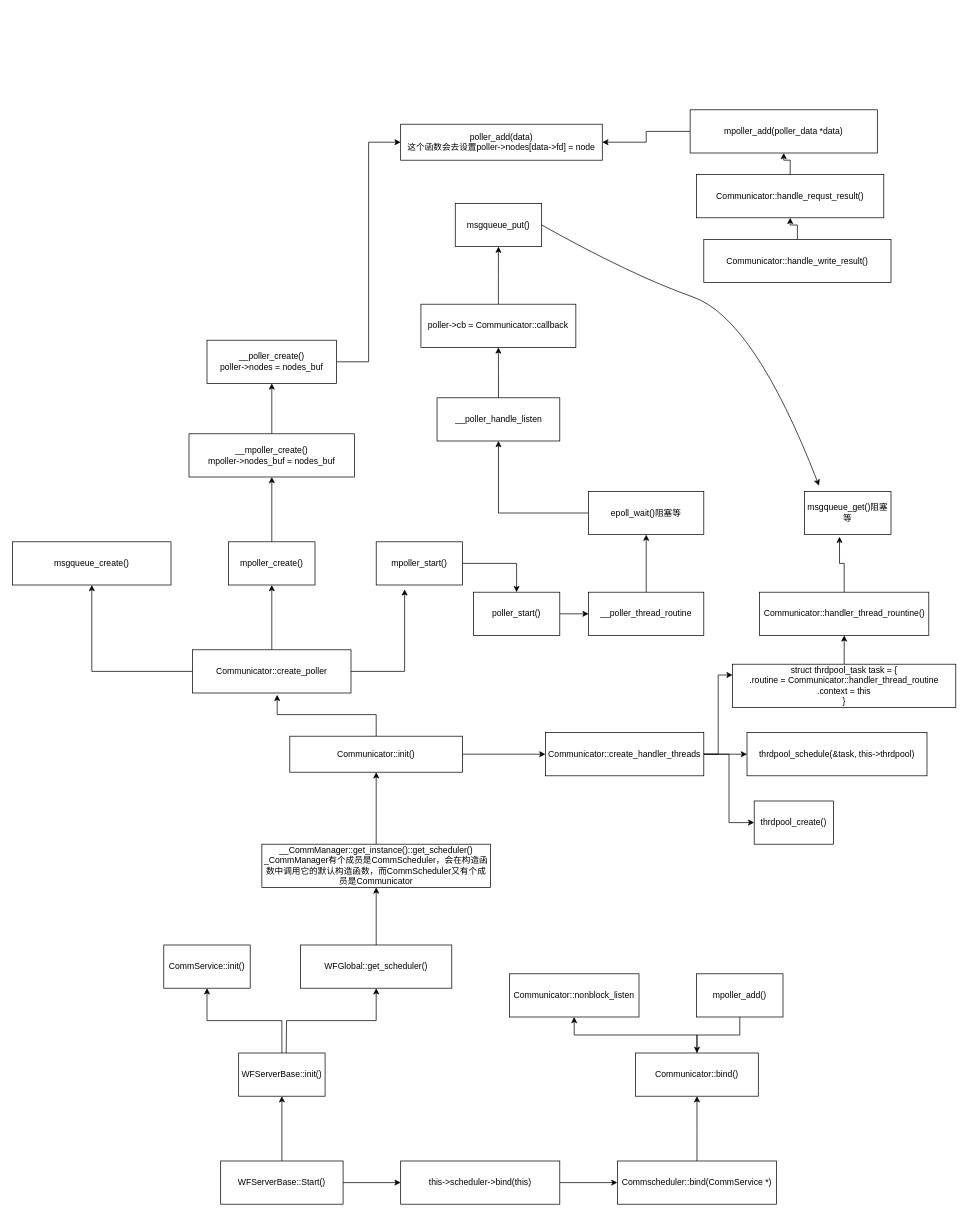
This is Untitled Diagram.drawio from doudou215/regret_q_learning, a draw.io file, before an edit. Source tidied: cells renumbered, new cells numbered last; positions are measured from the earlier drawing's top-left corner, leaving out a move shared by most shapes. Both pictures are drawn from the tidied source at 72%, with x=0, y=0 at pixel (12, 109).
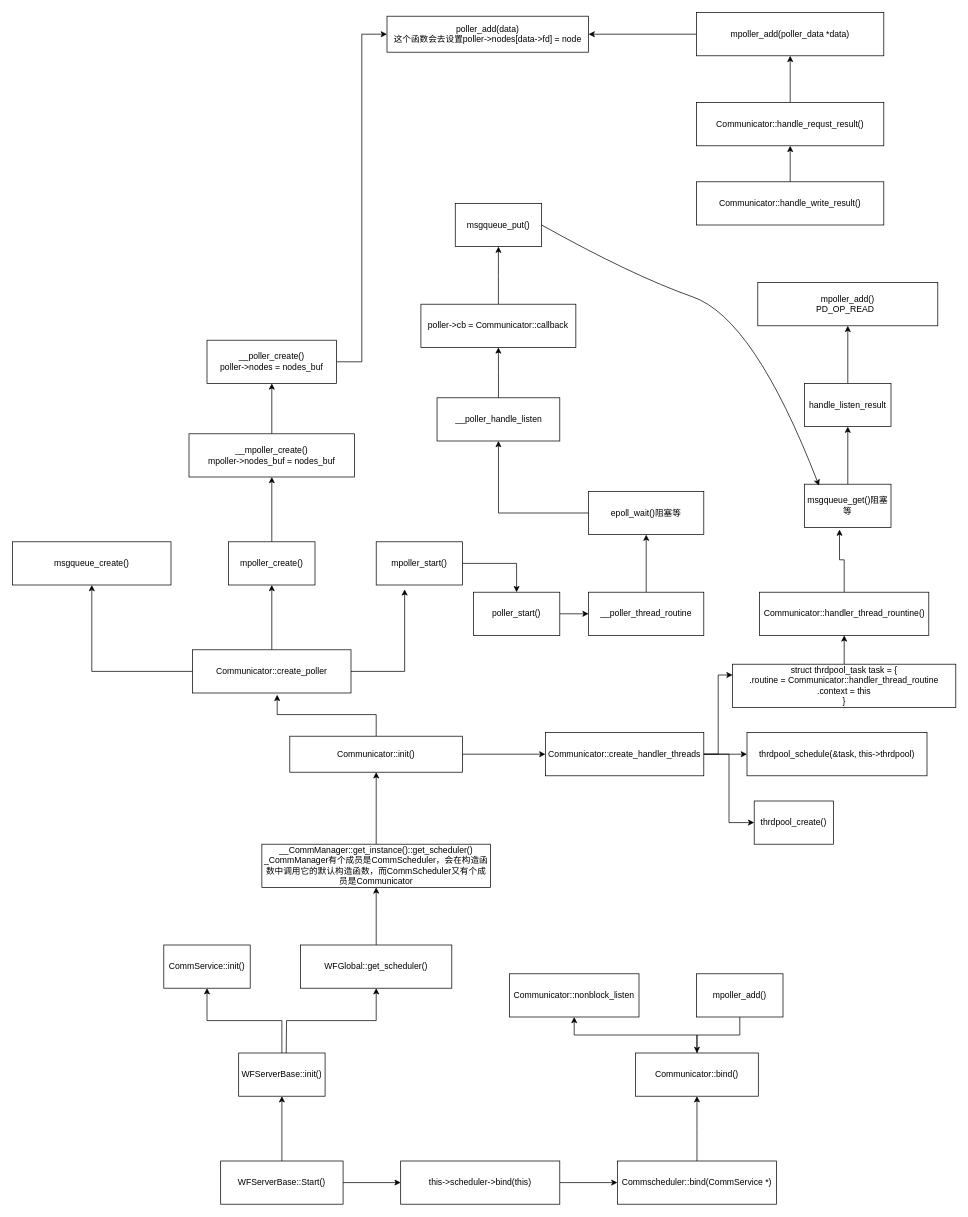
After the change.

Change to the diagram source:
```diff
@@
     <mxCell id="28" value="mpoller_add(poller_data *data)" style="rounded=0;whiteSpace=wrap;html=1;" parent="1" vertex="1">
-      <mxGeometry x="941" width="260" height="60" as="geometry" />
+      <mxGeometry x="950" y="-135" width="260" height="60" as="geometry" />
     </mxCell>
     <mxCell id="29" value="poller_add(data)&lt;br&gt;这个函数会去设置poller-&amp;gt;nodes[data-&amp;gt;fd] = node" style="rounded=0;whiteSpace=wrap;html=1;" parent="1" vertex="1">
-      <mxGeometry x="539" y="20" width="280" height="50" as="geometry" />
+      <mxGeometry x="520" y="-130" width="280" height="50" as="geometry" />
     </mxCell>
@@
     <mxCell id="40" value="Communicator::handle_write_result()" style="rounded=0;whiteSpace=wrap;html=1;" parent="1" vertex="1">
-      <mxGeometry x="960" y="180" width="260" height="60" as="geometry" />
+      <mxGeometry x="950" y="100" width="260" height="60" as="geometry" />
     </mxCell>
@@
     <mxCell id="42" value="Communicator::handle_requst_result()" style="rounded=0;whiteSpace=wrap;html=1;" parent="1" vertex="1">
-      <mxGeometry x="950" y="90" width="260" height="60" as="geometry" />
+      <mxGeometry x="950" y="-10" width="260" height="60" as="geometry" />
     </mxCell>
@@
+    <mxCell id="68" style="edgeStyle=orthogonalEdgeStyle;rounded=0;jettySize=auto;html=1;" parent="1" edge="1" source="49" target="70">
+      <mxGeometry relative="1" as="geometry" />
+    </mxCell>
     <mxCell id="49" value="msgqueue_get()阻塞等" style="rounded=0;whiteSpace=wrap;html=1;" parent="1" vertex="1">
-      <mxGeometry x="1100" y="530" width="120" height="60" as="geometry" />
+      <mxGeometry x="1100" y="520" width="120" height="60" as="geometry" />
     </mxCell>
@@
+    <mxCell id="69" style="edgeStyle=orthogonalEdgeStyle;rounded=0;jettySize=auto;html=1;" parent="1" edge="1" source="70" target="71">
+      <mxGeometry relative="1" as="geometry" />
+    </mxCell>
+    <mxCell id="70" value="handle_listen_result" style="rounded=0;whiteSpace=wrap;html=1;" parent="1" vertex="1">
+      <mxGeometry x="1100" y="380" width="120" height="60" as="geometry" />
+    </mxCell>
+    <mxCell id="71" value="mpoller_add()&lt;br&gt;PD_OP_READ&amp;nbsp;&amp;nbsp;" style="rounded=0;whiteSpace=wrap;html=1;" parent="1" vertex="1">
+      <mxGeometry x="1035" y="240" width="250" height="60" as="geometry" />
+    </mxCell>
```
